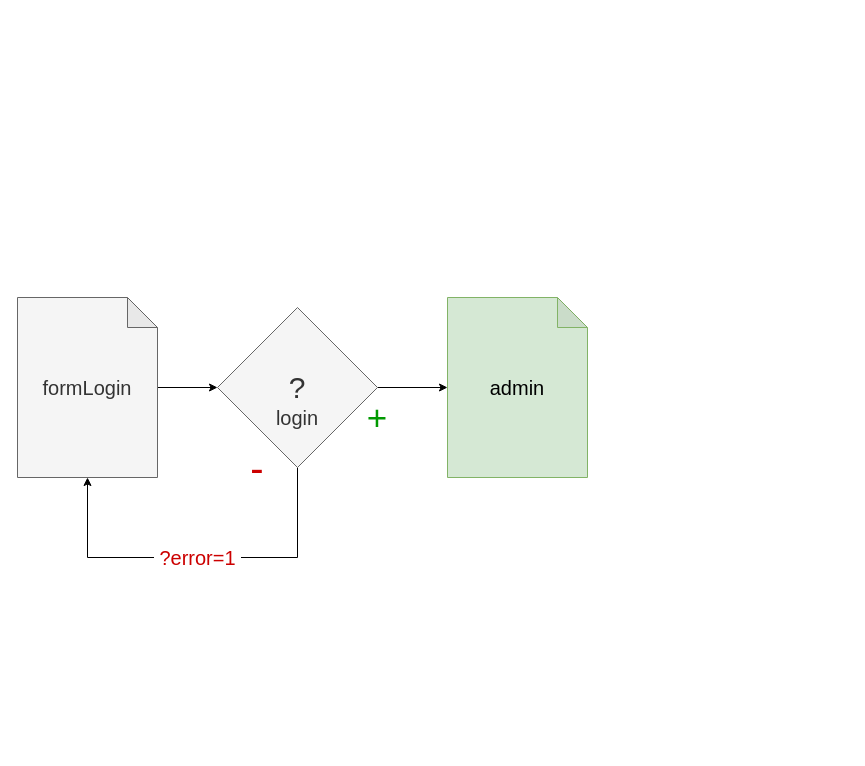
Above: login+auth.drawio in exegeses/cursoPHP (draw.io), before the change. Source tidied: cells renumbered, new cells numbered last; positions are measured from the earlier drawing's top-left corner, leaving out a move shared by most shapes. Both pictures are drawn from the tidied source at 100%, with x=0, y=0 at pixel (17, 297).
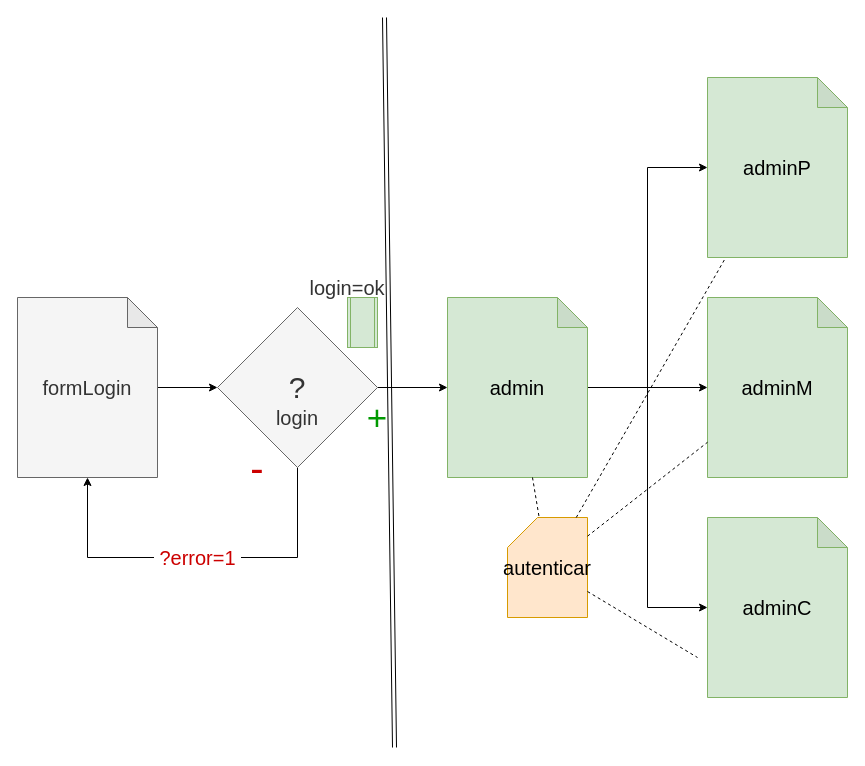
The same page after the edit.

Unchanged cells that the change refers to:
```xml
<mxCell id="7" value="&lt;font style=&quot;font-size: 20px&quot;&gt;admin&lt;/font&gt;" style="shape=note;whiteSpace=wrap;html=1;backgroundOutline=1;darkOpacity=0.05;fillColor=#d5e8d4;strokeColor=#82b366;fontSize=20;" parent="1" vertex="1">
  <mxGeometry x="430" width="140" height="180" as="geometry" />
</mxCell>
```

Change to the diagram source:
```diff
@@
+    <mxCell id="11" style="edgeStyle=orthogonalEdgeStyle;rounded=0;jettySize=auto;html=1;fontSize=20;fontColor=#333333;" parent="1" edge="1" source="7" target="16">
+      <mxGeometry relative="1" as="geometry">
+        <Array as="points">
+          <mxPoint x="630" y="90" />
+          <mxPoint x="630" y="-130" />
+        </Array>
+      </mxGeometry>
+    </mxCell>
+    <mxCell id="12" style="edgeStyle=orthogonalEdgeStyle;rounded=0;jettySize=auto;html=1;fontSize=20;fontColor=#333333;" parent="1" edge="1" source="7" target="15">
+      <mxGeometry relative="1" as="geometry" />
+    </mxCell>
+    <mxCell id="13" style="edgeStyle=orthogonalEdgeStyle;rounded=0;jettySize=auto;html=1;fontSize=20;fontColor=#333333;" parent="1" edge="1" source="7" target="14">
+      <mxGeometry relative="1" as="geometry">
+        <Array as="points">
+          <mxPoint x="630" y="90" />
+          <mxPoint x="630" y="310" />
+        </Array>
+      </mxGeometry>
+    </mxCell>
@@
+    <mxCell id="14" value="&lt;font style=&quot;font-size: 20px&quot;&gt;adminC&lt;/font&gt;" style="shape=note;whiteSpace=wrap;html=1;backgroundOutline=1;darkOpacity=0.05;fillColor=#d5e8d4;strokeColor=#82b366;fontSize=20;" parent="1" vertex="1">
+      <mxGeometry x="690" y="220" width="140" height="180" as="geometry" />
+    </mxCell>
+    <mxCell id="15" value="&lt;font style=&quot;font-size: 20px&quot;&gt;adminM&lt;/font&gt;" style="shape=note;whiteSpace=wrap;html=1;backgroundOutline=1;darkOpacity=0.05;fillColor=#d5e8d4;strokeColor=#82b366;fontSize=20;" parent="1" vertex="1">
+      <mxGeometry x="690" width="140" height="180" as="geometry" />
+    </mxCell>
+    <mxCell id="16" value="&lt;font style=&quot;font-size: 20px&quot;&gt;adminP&lt;/font&gt;" style="shape=note;whiteSpace=wrap;html=1;backgroundOutline=1;darkOpacity=0.05;fillColor=#d5e8d4;strokeColor=#82b366;fontSize=20;" parent="1" vertex="1">
+      <mxGeometry x="690" y="-220" width="140" height="180" as="geometry" />
+    </mxCell>
@@
+    <mxCell id="17" style="shape=link;html=1;fontSize=20;fontColor=#333333;" parent="1" edge="1">
+      <mxGeometry relative="1" as="geometry">
+        <mxPoint x="377" y="450" as="sourcePoint" />
+        <mxPoint x="367" y="-280" as="targetPoint" />
+      </mxGeometry>
+    </mxCell>
+    <mxCell id="18" style="shape=process;whiteSpace=wrap;html=1;backgroundOutline=1;strokeColor=#82b366;fillColor=#d5e8d4;fontSize=20;" parent="1" vertex="1">
+      <mxGeometry x="330" width="30" height="50" as="geometry" />
+    </mxCell>
+    <mxCell id="19" value="login=ok" style="text;html=1;strokeColor=none;fillColor=none;align=center;verticalAlign=middle;whiteSpace=wrap;rounded=0;fontSize=20;fontColor=#333333;" parent="1" vertex="1">
+      <mxGeometry x="310" y="-20" width="40" height="20" as="geometry" />
+    </mxCell>
+    <mxCell id="20" value="autenticar" style="shape=card;whiteSpace=wrap;html=1;strokeColor=#d79b00;fillColor=#ffe6cc;fontSize=20;" parent="1" vertex="1">
+      <mxGeometry x="490" y="220" width="80" height="100" as="geometry" />
+    </mxCell>
+    <mxCell id="21" style="endArrow=none;dashed=1;html=1;fontSize=20;fontColor=#333333;" parent="1" edge="1" source="7" target="20">
+      <mxGeometry relative="1" as="geometry" />
+    </mxCell>
+    <mxCell id="22" style="endArrow=none;dashed=1;html=1;fontSize=20;fontColor=#333333;" parent="1" edge="1" source="20">
+      <mxGeometry relative="1" as="geometry">
+        <mxPoint x="680" y="360" as="targetPoint" />
+      </mxGeometry>
+    </mxCell>
+    <mxCell id="23" style="endArrow=none;dashed=1;html=1;fontSize=20;fontColor=#333333;" parent="1" edge="1" source="20" target="15">
+      <mxGeometry relative="1" as="geometry" />
+    </mxCell>
+    <mxCell id="24" style="endArrow=none;dashed=1;html=1;fontSize=20;fontColor=#333333;" parent="1" edge="1" source="20" target="16">
+      <mxGeometry relative="1" as="geometry" />
+    </mxCell>
```
